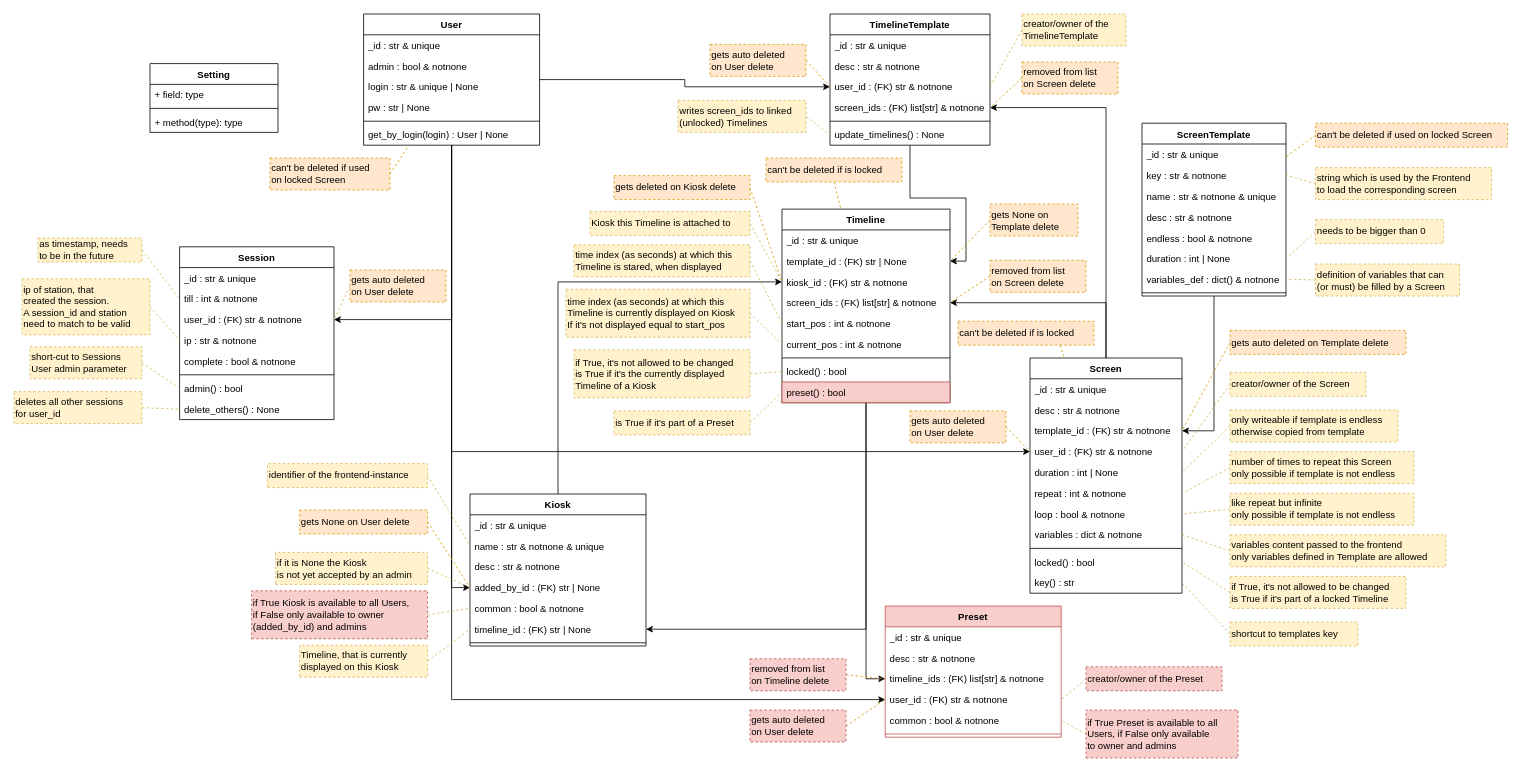
Before: docs/elements.drawio in nlptournament/nlpt-kiosk, a draw.io diagram. Source tidied: cells renumbered, new cells numbered last; positions are measured from the earlier drawing's top-left corner, leaving out a move shared by most shapes. Both pictures are drawn from the tidied source at 80%, with x=0, y=0 at pixel (14, 14).
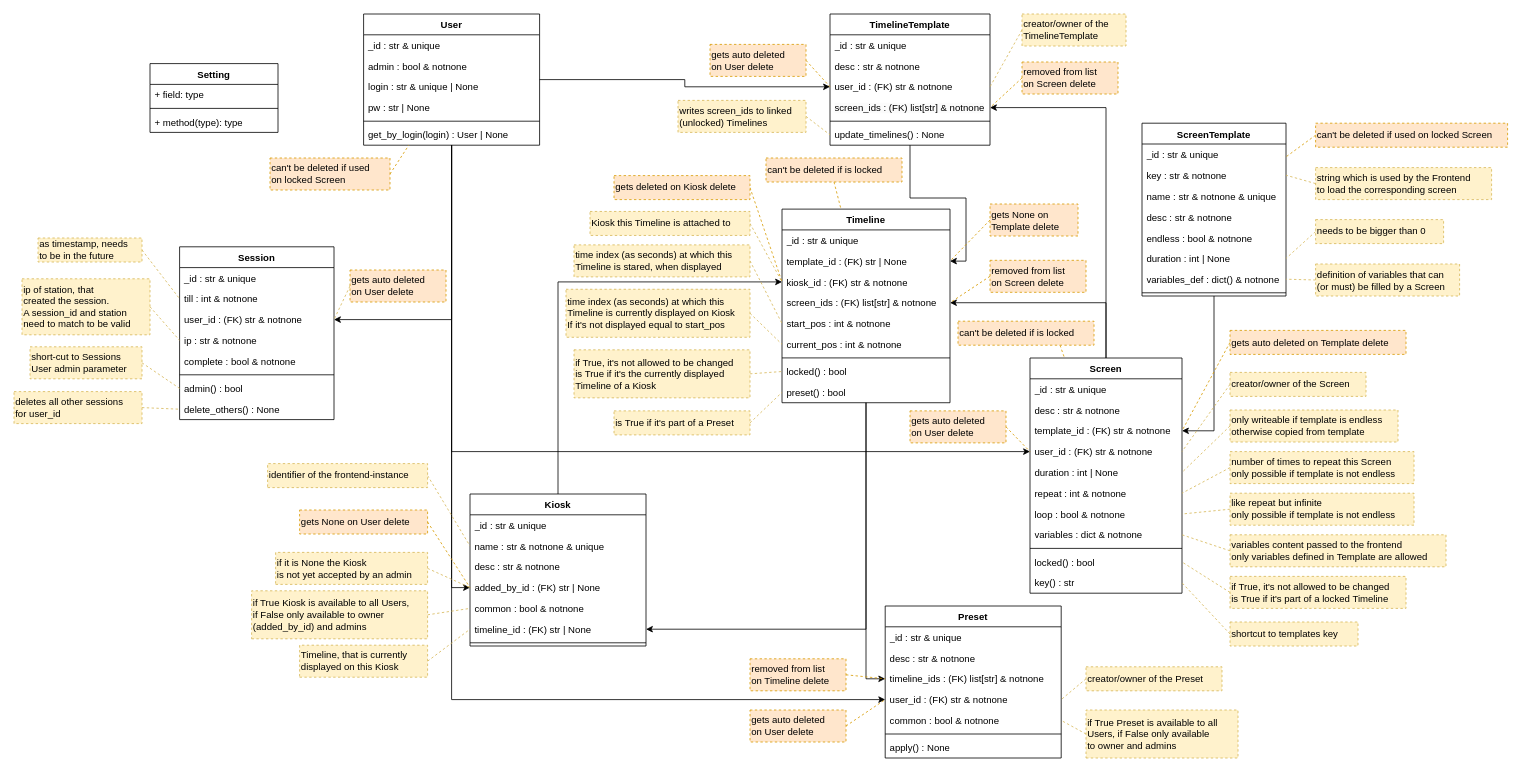
The same diagram, later.

Commit message (it also covers changes not shown here):
backend: added Preset, TimelineEndpoint, KiostEndpoint and PresetEndpoint

The change refers to these unchanged cells:
```xml
<mxCell id="56" value="Timeline" style="swimlane;fontStyle=1;align=center;verticalAlign=top;horizontal=1;startSize=26;whiteSpace=wrap;html=1;" parent="1" vertex="1">
  <mxGeometry x="960" y="243.9" width="210" height="242" as="geometry" />
</mxCell>
```

The edit, as a diff of the source:
```diff
@@
-    <mxCell id="65" value="preset() : bool" style="text;strokeColor=#b85450;fillColor=#f8cecc;align=left;verticalAlign=top;spacingLeft=4;spacingRight=4;overflow=hidden;points=[[0,0.5],[1,0.5]];portConstraint=eastwest;whiteSpace=wrap;html=1;" parent="56" vertex="1">
+    <mxCell id="65" value="preset() : bool" style="text;align=left;verticalAlign=top;spacingLeft=4;spacingRight=4;overflow=hidden;points=[[0,0.5],[1,0.5]];portConstraint=eastwest;whiteSpace=wrap;html=1;" parent="56" vertex="1">
       <mxGeometry y="216" width="210" height="26" as="geometry" />
     </mxCell>
@@
-    <mxCell id="93" value="if True Kiosk is available to all&amp;nbsp;&lt;span style=&quot;background-color: initial;&quot;&gt;Users,&lt;/span&gt;&lt;div&gt;&lt;span style=&quot;background-color: initial;&quot;&gt;if False only available to owner&lt;/span&gt;&lt;div&gt;(added_by_id) and admins&lt;/div&gt;&lt;/div&gt;" style="rounded=0;whiteSpace=wrap;html=1;fillColor=#f8cecc;strokeColor=#b85450;dashed=1;align=left;verticalAlign=middle;horizontal=1;labelPosition=center;verticalLabelPosition=middle;flipV=1;" parent="1" vertex="1">
+    <mxCell id="93" value="if True Kiosk is available to all&amp;nbsp;&lt;span style=&quot;background-color: initial;&quot;&gt;Users,&lt;/span&gt;&lt;div&gt;&lt;span style=&quot;background-color: initial;&quot;&gt;if False only available to owner&lt;/span&gt;&lt;div&gt;(added_by_id) and admins&lt;/div&gt;&lt;/div&gt;" style="rounded=0;whiteSpace=wrap;html=1;fillColor=#fff2cc;strokeColor=#d6b656;dashed=1;align=left;verticalAlign=middle;horizontal=1;labelPosition=center;verticalLabelPosition=middle;flipV=1;" parent="1" vertex="1">
       <mxGeometry x="297" y="721" width="220" height="60" as="geometry" />
     </mxCell>
@@
-    <mxCell id="100" value="Preset" style="swimlane;fontStyle=1;align=center;verticalAlign=top;horizontal=1;startSize=26;whiteSpace=wrap;html=1;fillColor=#f8cecc;strokeColor=#b85450;" parent="1" vertex="1">
-      <mxGeometry x="1089" y="740" width="220" height="164" as="geometry" />
+    <mxCell id="100" value="Preset" style="swimlane;fontStyle=1;align=center;verticalAlign=top;horizontal=1;startSize=26;whiteSpace=wrap;html=1;" parent="1" vertex="1">
+      <mxGeometry x="1089" y="740" width="220" height="190" as="geometry" />
     </mxCell>
@@
+    <mxCell id="171" value="apply() : None" style="text;align=left;verticalAlign=top;spacingLeft=4;spacingRight=4;overflow=hidden;whiteSpace=wrap;html=1;" parent="100" vertex="1">
+      <mxGeometry y="164" width="220" height="26" as="geometry" />
+    </mxCell>
@@
-    <mxCell id="132" value="&lt;div&gt;creator/owner of the Preset&lt;/div&gt;" style="rounded=0;whiteSpace=wrap;html=1;fillColor=#f8cecc;strokeColor=#b85450;dashed=1;align=left;verticalAlign=middle;horizontal=1;labelPosition=center;verticalLabelPosition=middle;" parent="1" vertex="1">
+    <mxCell id="132" value="&lt;div&gt;creator/owner of the Preset&lt;/div&gt;" style="rounded=0;whiteSpace=wrap;html=1;fillColor=#fff2cc;strokeColor=#d6b656;dashed=1;align=left;verticalAlign=middle;horizontal=1;labelPosition=center;verticalLabelPosition=middle;" parent="1" vertex="1">
       <mxGeometry x="1340" y="816" width="170" height="30" as="geometry" />
     </mxCell>
@@
-    <mxCell id="144" value="gets auto deleted&lt;br&gt;on User delete" style="rounded=0;whiteSpace=wrap;html=1;fillColor=#f8cecc;strokeColor=#b85450;dashed=1;align=left;verticalAlign=middle;horizontal=1;labelPosition=center;verticalLabelPosition=middle;" parent="1" vertex="1">
+    <mxCell id="144" value="gets auto deleted&lt;br&gt;on User delete" style="rounded=0;whiteSpace=wrap;html=1;fillColor=#ffe6cc;strokeColor=#d79b00;dashed=1;align=left;verticalAlign=middle;horizontal=1;labelPosition=center;verticalLabelPosition=middle;" parent="1" vertex="1">
       <mxGeometry x="920" y="870" width="120" height="40" as="geometry" />
     </mxCell>
@@
-    <mxCell id="150" value="removed from list&lt;div&gt;on Timeline delete&lt;/div&gt;" style="rounded=0;whiteSpace=wrap;html=1;fillColor=#f8cecc;strokeColor=#b85450;dashed=1;align=left;verticalAlign=middle;horizontal=1;labelPosition=center;verticalLabelPosition=middle;" parent="1" vertex="1">
+    <mxCell id="150" value="removed from list&lt;div&gt;on Timeline delete&lt;/div&gt;" style="rounded=0;whiteSpace=wrap;html=1;fillColor=#ffe6cc;strokeColor=#d79b00;dashed=1;align=left;verticalAlign=middle;horizontal=1;labelPosition=center;verticalLabelPosition=middle;" parent="1" vertex="1">
       <mxGeometry x="920" y="806" width="120" height="40" as="geometry" />
     </mxCell>
@@
-    <mxCell id="170" value="if True Preset is available to&amp;nbsp;&lt;span style=&quot;background-color: initial;&quot;&gt;all&lt;/span&gt;&lt;div&gt;&lt;span style=&quot;background-color: initial;&quot;&gt;Users, if False only&amp;nbsp;&lt;/span&gt;&lt;span style=&quot;background-color: initial;&quot;&gt;available&lt;/span&gt;&lt;/div&gt;&lt;div&gt;&lt;span style=&quot;background-color: initial;&quot;&gt;to owner&amp;nbsp;&lt;/span&gt;&lt;span style=&quot;background-color: initial;&quot;&gt;and admins&lt;/span&gt;&lt;/div&gt;" style="rounded=0;whiteSpace=wrap;html=1;fillColor=#f8cecc;strokeColor=#b85450;dashed=1;align=left;verticalAlign=middle;horizontal=1;labelPosition=center;verticalLabelPosition=middle;flipV=1;" parent="1" vertex="1">
+    <mxCell id="170" value="if True Preset is available to&amp;nbsp;&lt;span style=&quot;background-color: initial;&quot;&gt;all&lt;/span&gt;&lt;div&gt;&lt;span style=&quot;background-color: initial;&quot;&gt;Users, if False only&amp;nbsp;&lt;/span&gt;&lt;span style=&quot;background-color: initial;&quot;&gt;available&lt;/span&gt;&lt;/div&gt;&lt;div&gt;&lt;span style=&quot;background-color: initial;&quot;&gt;to owner&amp;nbsp;&lt;/span&gt;&lt;span style=&quot;background-color: initial;&quot;&gt;and admins&lt;/span&gt;&lt;/div&gt;" style="rounded=0;whiteSpace=wrap;html=1;fillColor=#fff2cc;strokeColor=#d6b656;dashed=1;align=left;verticalAlign=middle;horizontal=1;labelPosition=center;verticalLabelPosition=middle;flipV=1;" parent="1" vertex="1">
       <mxGeometry x="1340" y="870" width="190" height="60" as="geometry" />
     </mxCell>
```
